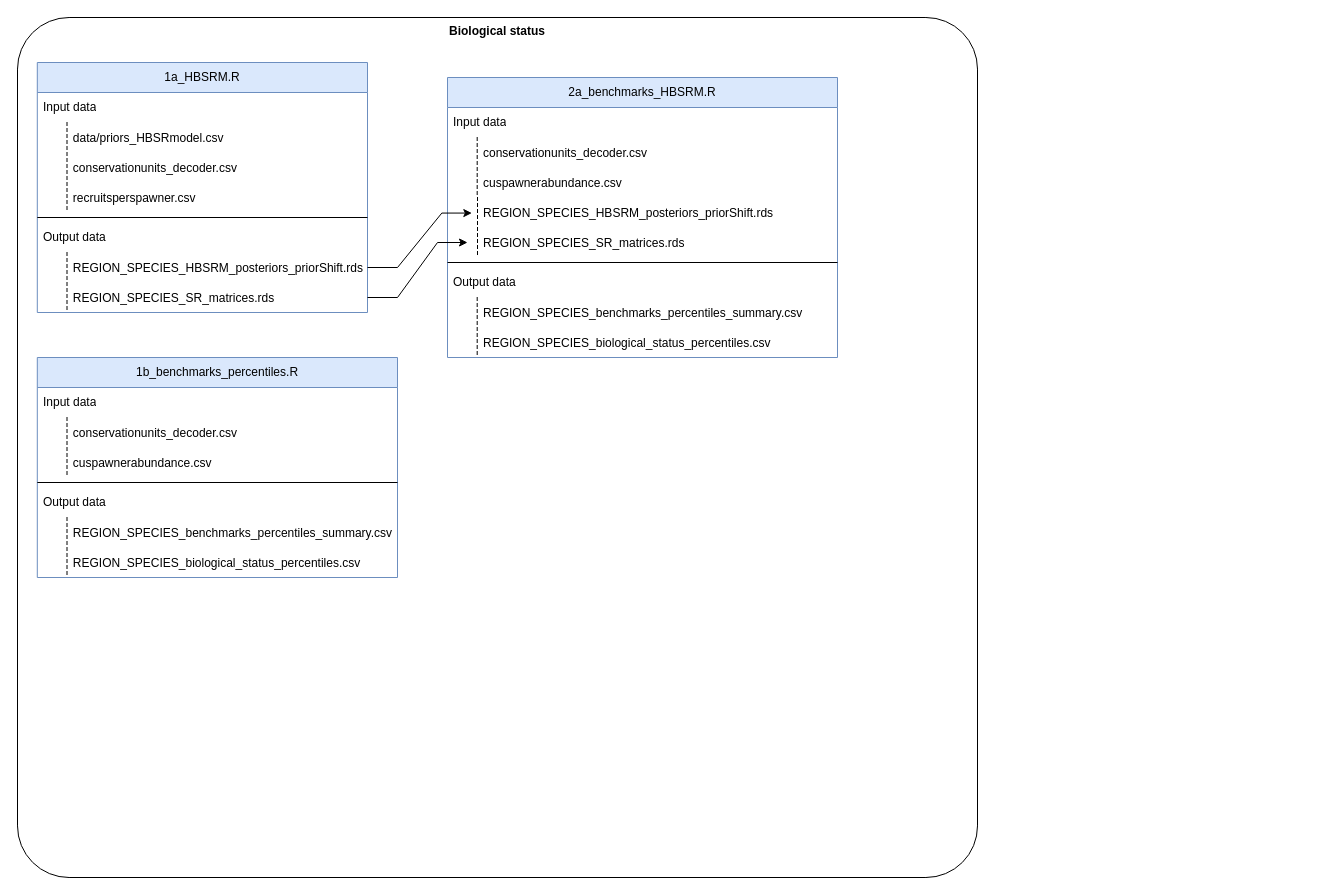
Earlier version of the draw.io diagram flowcharts/Flowchart_datasets_scripts_population_indicators.drawio (salmonwatersheds/population-indicators). Source tidied: cells renumbered, new cells numbered last; positions are measured from the earlier drawing's top-left corner, leaving out a move shared by most shapes. Both pictures are drawn from the tidied source at 100%, with x=0, y=0 at pixel (17, 17).
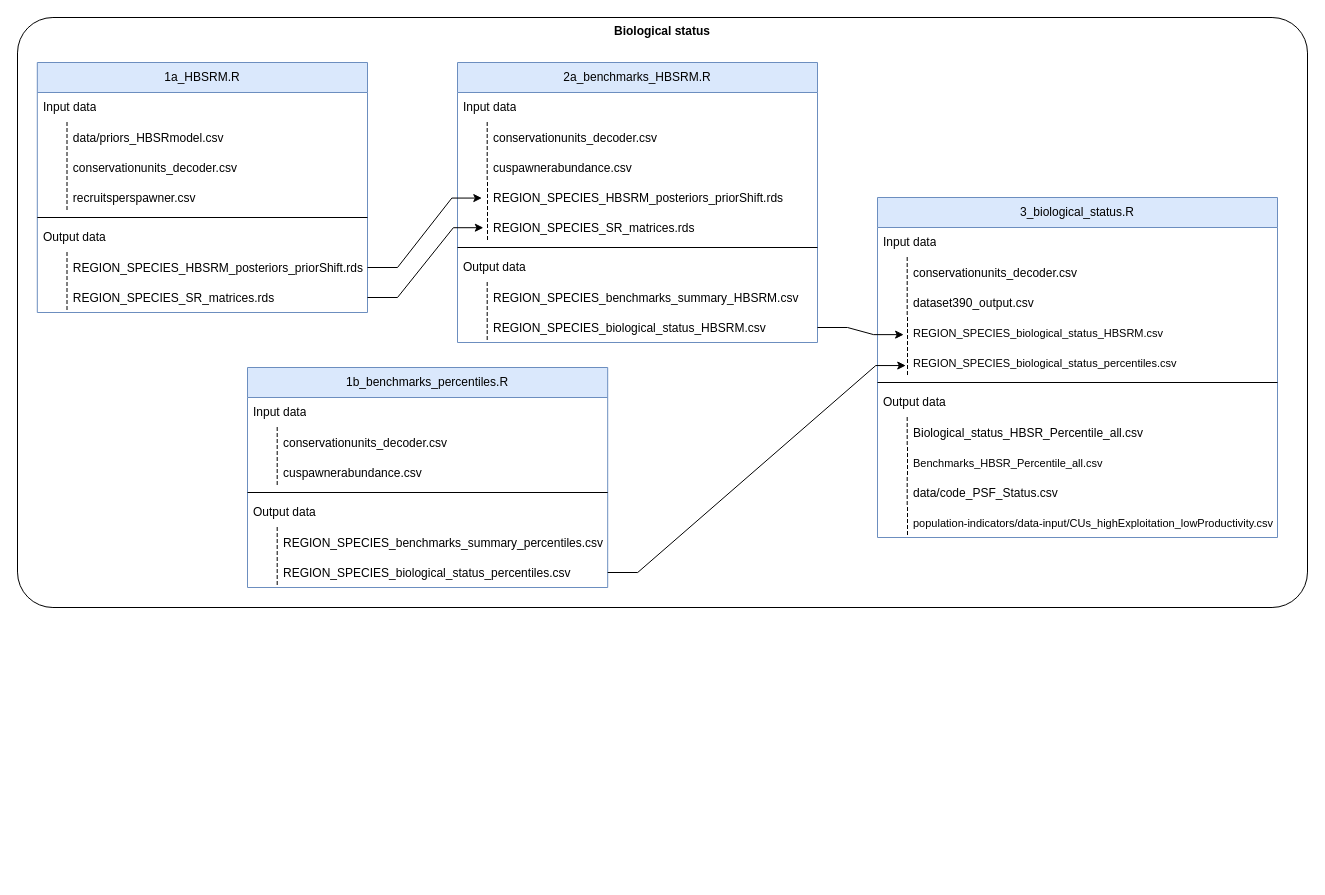
Above is the later version.

Unchanged cells that the change refers to:
```xml
<mxCell id="13" value="REGION_SPECIES_HBSRM_posteriors_priorShift.rds" style="shape=partialRectangle;fillColor=none;align=left;verticalAlign=middle;strokeColor=none;spacingLeft=34;points=[[0,0.5],[1,0.5]];portConstraint=eastwest;" parent="3" vertex="1">
  <mxGeometry y="190" width="330.2" height="30" as="geometry" />
</mxCell>
<mxCell id="15" value="REGION_SPECIES_SR_matrices.rds" style="shape=partialRectangle;fillColor=none;align=left;verticalAlign=middle;strokeColor=none;spacingLeft=34;points=[[0,0.5],[1,0.5]];portConstraint=eastwest;" parent="3" vertex="1">
  <mxGeometry y="220" width="330.2" height="30" as="geometry" />
</mxCell>
<mxCell id="27" value="REGION_SPECIES_biological_status_percentiles.csv" style="shape=partialRectangle;fillColor=none;align=left;verticalAlign=middle;strokeColor=none;spacingLeft=34;points=[[0,0.5],[1,0.5]];portConstraint=eastwest;" parent="17" vertex="1">
  <mxGeometry y="190" width="360.2" height="30" as="geometry" />
</mxCell>
<mxCell id="36" style="shape=partialRectangle;top=0;left=0;bottom=0;fillColor=none;stokeWidth=1;dashed=1;align=left;verticalAlign=middle;spacingLeft=4;spacingRight=4;overflow=hidden;points=[];portConstraint=eastwest;" parent="35" vertex="1">
  <mxGeometry width="30" height="30" as="geometry" />
</mxCell>
<mxCell id="38" style="shape=partialRectangle;top=0;left=0;bottom=0;fillColor=none;stokeWidth=1;dashed=1;align=left;verticalAlign=middle;spacingLeft=4;spacingRight=4;overflow=hidden;points=[];portConstraint=eastwest;" parent="37" vertex="1">
  <mxGeometry width="30" height="30" as="geometry" />
</mxCell>
```

The edit, as a diff of the source:
```diff
@@
     <mxCell id="2" value="&lt;b&gt;Biological status&lt;/b&gt;" style="rounded=1;whiteSpace=wrap;html=1;direction=west;verticalAlign=top;arcSize=6;" parent="1" vertex="1">
-      <mxGeometry width="960" height="860" as="geometry" />
+      <mxGeometry width="1290" height="590" as="geometry" />
     </mxCell>
@@
     <mxCell id="17" value="1b_benchmarks_percentiles.R" style="swimlane;fontStyle=0;horizontal=1;startSize=30;whiteSpace=wrap;html=1;fillColor=#dae8fc;strokeColor=#6c8ebf;" parent="2" vertex="1">
-      <mxGeometry x="19.8" y="340" width="360.2" height="220" as="geometry" />
+      <mxGeometry x="230" y="350" width="360.2" height="220" as="geometry" />
     </mxCell>
@@
-    <mxCell id="25" value="REGION_SPECIES_benchmarks_percentiles_summary.csv" style="shape=partialRectangle;fillColor=none;align=left;verticalAlign=middle;strokeColor=none;spacingLeft=34;" parent="17" vertex="1">
+    <mxCell id="25" value="REGION_SPECIES_benchmarks_summary_percentiles.csv" style="shape=partialRectangle;fillColor=none;align=left;verticalAlign=middle;strokeColor=none;spacingLeft=34;" parent="17" vertex="1">
       <mxGeometry y="160" width="360.2" height="30" as="geometry" />
     </mxCell>
@@
     <mxCell id="29" value="2a_benchmarks_HBSRM.R" style="swimlane;fontStyle=0;horizontal=1;startSize=30;whiteSpace=wrap;html=1;fillColor=#dae8fc;strokeColor=#6c8ebf;" parent="2" vertex="1">
-      <mxGeometry x="430" y="60" width="390" height="280" as="geometry" />
+      <mxGeometry x="440" y="45" width="360" height="280" as="geometry" />
     </mxCell>
     <mxCell id="30" value="Input data" style="text;strokeColor=none;fillColor=none;align=left;verticalAlign=middle;spacingLeft=4;spacingRight=4;overflow=hidden;whiteSpace=wrap;html=1;" parent="29" vertex="1">
-      <mxGeometry y="30" width="390" height="30" as="geometry" />
+      <mxGeometry y="30" width="360" height="30" as="geometry" />
     </mxCell>
     <mxCell id="31" value="conservationunits_decoder.csv" style="shape=partialRectangle;fillColor=none;align=left;verticalAlign=middle;strokeColor=none;spacingLeft=34;" parent="29" vertex="1">
-      <mxGeometry y="60" width="390" height="30" as="geometry" />
+      <mxGeometry y="60" width="360" height="30" as="geometry" />
     </mxCell>
@@
     <mxCell id="33" value="cuspawnerabundance.csv" style="shape=partialRectangle;fillColor=none;align=left;verticalAlign=middle;strokeColor=none;spacingLeft=34;" parent="29" vertex="1">
-      <mxGeometry y="90" width="390" height="30" as="geometry" />
+      <mxGeometry y="90" width="360" height="30" as="geometry" />
     </mxCell>
@@
     <mxCell id="35" value="REGION_SPECIES_HBSRM_posteriors_priorShift.rds" style="shape=partialRectangle;fillColor=none;align=left;verticalAlign=middle;strokeColor=none;spacingLeft=34;" parent="29" vertex="1">
-      <mxGeometry y="120" width="390" height="30" as="geometry" />
+      <mxGeometry y="120" width="360" height="30" as="geometry" />
     </mxCell>
@@
     <mxCell id="37" value="REGION_SPECIES_SR_matrices.rds" style="shape=partialRectangle;fillColor=none;align=left;verticalAlign=middle;strokeColor=none;spacingLeft=34;" parent="29" vertex="1">
-      <mxGeometry y="150" width="390" height="30" as="geometry" />
+      <mxGeometry y="150" width="360" height="30" as="geometry" />
     </mxCell>
@@
     <mxCell id="39" style="line;strokeWidth=1;dashed=0;labelPosition=right;align=left;verticalAlign=middle;spacingTop=0;spacingLeft=6;" parent="29" vertex="1">
-      <mxGeometry y="180" width="390" height="10" as="geometry" />
+      <mxGeometry y="180" width="360" height="10" as="geometry" />
     </mxCell>
     <mxCell id="40" value="Output data" style="text;strokeColor=none;fillColor=none;align=left;verticalAlign=middle;spacingLeft=4;spacingRight=4;overflow=hidden;whiteSpace=wrap;html=1;" parent="29" vertex="1">
-      <mxGeometry y="190" width="390" height="30" as="geometry" />
+      <mxGeometry y="190" width="360" height="30" as="geometry" />
     </mxCell>
-    <mxCell id="41" value="REGION_SPECIES_benchmarks_percentiles_summary.csv" style="shape=partialRectangle;fillColor=none;align=left;verticalAlign=middle;strokeColor=none;spacingLeft=34;" parent="29" vertex="1">
-      <mxGeometry y="220" width="390" height="30" as="geometry" />
+    <mxCell id="41" value="REGION_SPECIES_benchmarks_summary_HBSRM.csv" style="shape=partialRectangle;fillColor=none;align=left;verticalAlign=middle;strokeColor=none;spacingLeft=34;" parent="29" vertex="1">
+      <mxGeometry y="220" width="360" height="30" as="geometry" />
     </mxCell>
@@
-    <mxCell id="43" value="REGION_SPECIES_biological_status_percentiles.csv" style="shape=partialRectangle;fillColor=none;align=left;verticalAlign=middle;strokeColor=none;spacingLeft=34;points=[[0,0.5],[1,0.5]];portConstraint=eastwest;" parent="29" vertex="1">
-      <mxGeometry y="250" width="390" height="30" as="geometry" />
+    <mxCell id="43" value="REGION_SPECIES_biological_status_HBSRM.csv" style="shape=partialRectangle;fillColor=none;align=left;verticalAlign=middle;strokeColor=none;spacingLeft=34;points=[[0,0.5],[1,0.5]];portConstraint=eastwest;" parent="29" vertex="1">
+      <mxGeometry y="250" width="360" height="30" as="geometry" />
     </mxCell>
@@
     <mxCell id="45" style="edgeStyle=entityRelationEdgeStyle;rounded=0;jettySize=auto;html=1;exitX=1;exitY=0.5;exitDx=0;exitDy=0;entryX=0.811;entryY=0.519;entryDx=0;entryDy=0;entryPerimeter=0;" parent="2" edge="1" source="13" target="36">
       <mxGeometry relative="1" as="geometry">
         <Array as="points">
-          <mxPoint x="430" y="196" />
+          <mxPoint x="577.8" y="134.5" />
         </Array>
       </mxGeometry>
     </mxCell>
-    <mxCell id="46" style="edgeStyle=entityRelationEdgeStyle;shape=connector;rounded=0;jettySize=auto;html=1;exitX=1;exitY=0.5;exitDx=0;exitDy=0;strokeColor=default;align=center;verticalAlign=middle;fontFamily=Helvetica;fontSize=11;fontColor=default;labelBackgroundColor=default;endArrow=classic;" parent="2" edge="1" source="15">
-      <mxGeometry relative="1" as="geometry">
-        <mxPoint x="450" y="225" as="targetPoint" />
-      </mxGeometry>
+    <mxCell id="46" style="edgeStyle=entityRelationEdgeStyle;shape=connector;rounded=0;jettySize=auto;html=1;exitX=1;exitY=0.5;exitDx=0;exitDy=0;strokeColor=default;align=center;verticalAlign=middle;fontFamily=Helvetica;fontSize=11;fontColor=default;labelBackgroundColor=default;endArrow=classic;entryX=0.862;entryY=0.507;entryDx=0;entryDy=0;entryPerimeter=0;" parent="2" edge="1" source="15" target="38">
+      <mxGeometry relative="1" as="geometry" />
     </mxCell>
+    <mxCell id="47" value="3_biological_status.R" style="swimlane;fontStyle=0;horizontal=1;startSize=30;whiteSpace=wrap;html=1;fillColor=#dae8fc;strokeColor=#6c8ebf;" parent="2" vertex="1">
+      <mxGeometry x="860" y="180" width="400" height="340" as="geometry" />
+    </mxCell>
+    <mxCell id="48" value="Input data" style="text;strokeColor=none;fillColor=none;align=left;verticalAlign=middle;spacingLeft=4;spacingRight=4;overflow=hidden;whiteSpace=wrap;html=1;" parent="47" vertex="1">
+      <mxGeometry y="30" width="400" height="30" as="geometry" />
+    </mxCell>
+    <mxCell id="49" value="conservationunits_decoder.csv" style="shape=partialRectangle;fillColor=none;align=left;verticalAlign=middle;strokeColor=none;spacingLeft=34;" parent="47" vertex="1">
+      <mxGeometry y="60" width="400" height="30" as="geometry" />
+    </mxCell>
+    <mxCell id="50" style="shape=partialRectangle;top=0;left=0;bottom=0;fillColor=none;stokeWidth=1;dashed=1;align=left;verticalAlign=middle;spacingLeft=4;spacingRight=4;overflow=hidden;" parent="49" vertex="1">
+      <mxGeometry width="29.7" height="30" as="geometry" />
+    </mxCell>
+    <mxCell id="51" value="dataset390_output.csv" style="shape=partialRectangle;fillColor=none;align=left;verticalAlign=middle;strokeColor=none;spacingLeft=34;" parent="47" vertex="1">
+      <mxGeometry y="90" width="400" height="30" as="geometry" />
+    </mxCell>
+    <mxCell id="52" style="shape=partialRectangle;top=0;left=0;bottom=0;fillColor=none;stokeWidth=1;dashed=1;align=left;verticalAlign=middle;spacingLeft=4;spacingRight=4;overflow=hidden;" parent="51" vertex="1">
+      <mxGeometry width="29.7" height="30" as="geometry" />
+    </mxCell>
+    <mxCell id="53" value="REGION_SPECIES_biological_status_HBSRM.csv" style="shape=partialRectangle;fillColor=none;align=left;verticalAlign=middle;strokeColor=none;spacingLeft=34;fontFamily=Helvetica;fontSize=11;fontColor=default;labelBackgroundColor=default;" parent="47" vertex="1">
+      <mxGeometry y="120" width="400" height="30" as="geometry" />
+    </mxCell>
+    <mxCell id="54" style="shape=partialRectangle;top=0;left=0;bottom=0;fillColor=none;stokeWidth=1;dashed=1;align=left;verticalAlign=middle;spacingLeft=4;spacingRight=4;overflow=hidden;points=[];portConstraint=eastwest;fontFamily=Helvetica;fontSize=11;fontColor=default;labelBackgroundColor=default;" parent="53" vertex="1">
+      <mxGeometry width="30" height="30" as="geometry" />
+    </mxCell>
+    <mxCell id="55" value="REGION_SPECIES_biological_status_percentiles.csv" style="shape=partialRectangle;fillColor=none;align=left;verticalAlign=middle;strokeColor=none;spacingLeft=34;fontFamily=Helvetica;fontSize=11;fontColor=default;labelBackgroundColor=default;" parent="47" vertex="1">
+      <mxGeometry y="150" width="400" height="30" as="geometry" />
+    </mxCell>
+    <mxCell id="56" style="shape=partialRectangle;top=0;left=0;bottom=0;fillColor=none;stokeWidth=1;dashed=1;align=left;verticalAlign=middle;spacingLeft=4;spacingRight=4;overflow=hidden;points=[];portConstraint=eastwest;fontFamily=Helvetica;fontSize=11;fontColor=default;labelBackgroundColor=default;" parent="55" vertex="1">
+      <mxGeometry width="30" height="30" as="geometry" />
+    </mxCell>
+    <mxCell id="57" style="line;strokeWidth=1;dashed=0;labelPosition=right;align=left;verticalAlign=middle;spacingTop=0;spacingLeft=6;" parent="47" vertex="1">
+      <mxGeometry y="180" width="400" height="10" as="geometry" />
+    </mxCell>
+    <mxCell id="58" value="Output data" style="text;strokeColor=none;fillColor=none;align=left;verticalAlign=middle;spacingLeft=4;spacingRight=4;overflow=hidden;whiteSpace=wrap;html=1;" parent="47" vertex="1">
+      <mxGeometry y="190" width="400" height="30" as="geometry" />
+    </mxCell>
+    <mxCell id="59" value="Biological_status_HBSR_Percentile_all.csv" style="shape=partialRectangle;fillColor=none;align=left;verticalAlign=middle;strokeColor=none;spacingLeft=34;" parent="47" vertex="1">
+      <mxGeometry y="220" width="400" height="30" as="geometry" />
+    </mxCell>
+    <mxCell id="60" style="shape=partialRectangle;top=0;left=0;bottom=0;fillColor=none;stokeWidth=1;dashed=1;align=left;verticalAlign=middle;spacingLeft=4;spacingRight=4;overflow=hidden;" parent="59" vertex="1">
+      <mxGeometry width="29.7" height="30" as="geometry" />
+    </mxCell>
+    <mxCell id="61" value="Benchmarks_HBSR_Percentile_all.csv" style="shape=partialRectangle;fillColor=none;align=left;verticalAlign=middle;strokeColor=none;spacingLeft=34;fontFamily=Helvetica;fontSize=11;fontColor=default;labelBackgroundColor=default;" parent="47" vertex="1">
+      <mxGeometry y="250" width="400" height="30" as="geometry" />
+    </mxCell>
+    <mxCell id="62" style="shape=partialRectangle;top=0;left=0;bottom=0;fillColor=none;stokeWidth=1;dashed=1;align=left;verticalAlign=middle;spacingLeft=4;spacingRight=4;overflow=hidden;fontFamily=Helvetica;fontSize=11;fontColor=default;labelBackgroundColor=default;" parent="61" vertex="1">
+      <mxGeometry width="30" height="30" as="geometry" />
+    </mxCell>
+    <mxCell id="63" value="data/code_PSF_Status.csv" style="shape=partialRectangle;fillColor=none;align=left;verticalAlign=middle;strokeColor=none;spacingLeft=34;" parent="47" vertex="1">
+      <mxGeometry y="280" width="400" height="30" as="geometry" />
+    </mxCell>
+    <mxCell id="64" style="shape=partialRectangle;top=0;left=0;bottom=0;fillColor=none;stokeWidth=1;dashed=1;align=left;verticalAlign=middle;spacingLeft=4;spacingRight=4;overflow=hidden;" parent="63" vertex="1">
+      <mxGeometry width="29.7" height="30" as="geometry" />
+    </mxCell>
+    <mxCell id="65" value="population-indicators/data-input/CUs_highExploitation_lowProductivity.csv" style="shape=partialRectangle;fillColor=none;align=left;verticalAlign=middle;strokeColor=none;spacingLeft=34;fontFamily=Helvetica;fontSize=11;fontColor=default;labelBackgroundColor=default;" parent="47" vertex="1">
+      <mxGeometry y="310" width="400" height="30" as="geometry" />
+    </mxCell>
+    <mxCell id="66" style="shape=partialRectangle;top=0;left=0;bottom=0;fillColor=none;stokeWidth=1;dashed=1;align=left;verticalAlign=middle;spacingLeft=4;spacingRight=4;overflow=hidden;fontFamily=Helvetica;fontSize=11;fontColor=default;labelBackgroundColor=default;" parent="65" vertex="1">
+      <mxGeometry width="30" height="30" as="geometry" />
+    </mxCell>
+    <mxCell id="67" style="edgeStyle=entityRelationEdgeStyle;shape=connector;rounded=0;jettySize=auto;html=1;exitX=1;exitY=0.5;exitDx=0;exitDy=0;strokeColor=default;align=center;verticalAlign=middle;fontFamily=Helvetica;fontSize=11;fontColor=default;labelBackgroundColor=default;endArrow=classic;entryX=0.871;entryY=0.571;entryDx=0;entryDy=0;entryPerimeter=0;" parent="2" edge="1" source="43" target="54">
+      <mxGeometry relative="1" as="geometry" />
+    </mxCell>
+    <mxCell id="68" style="edgeStyle=entityRelationEdgeStyle;shape=connector;rounded=0;jettySize=auto;html=1;exitX=1;exitY=0.5;exitDx=0;exitDy=0;entryX=0.942;entryY=0.602;entryDx=0;entryDy=0;entryPerimeter=0;strokeColor=default;align=center;verticalAlign=middle;fontFamily=Helvetica;fontSize=11;fontColor=default;labelBackgroundColor=default;endArrow=classic;" parent="2" edge="1" source="27" target="56">
+      <mxGeometry relative="1" as="geometry" />
+    </mxCell>
```
